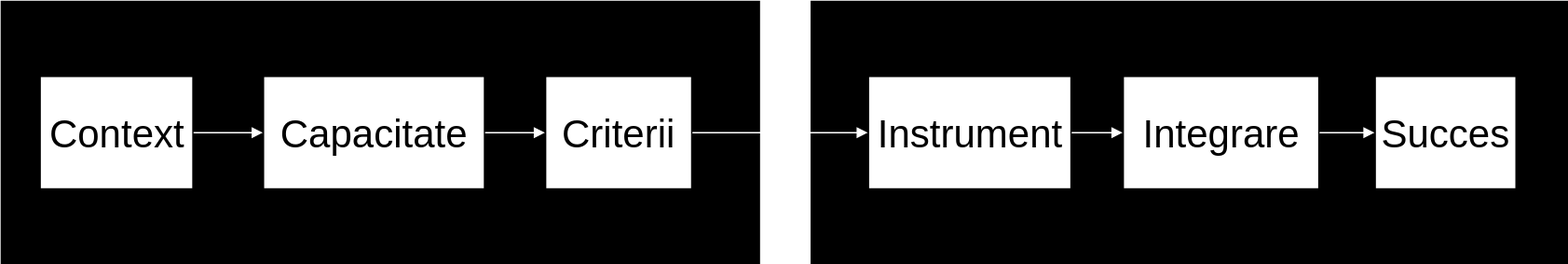
Before: assets/imagini/8_diagrame.svg, a diagram exported from draw.io (CozminaSecula/01-fundamente-si-riscuri). Source tidied: cells renumbered, new cells last; positions are measured from the earlier drawing's top-left corner, leaving out a move shared by most shapes.
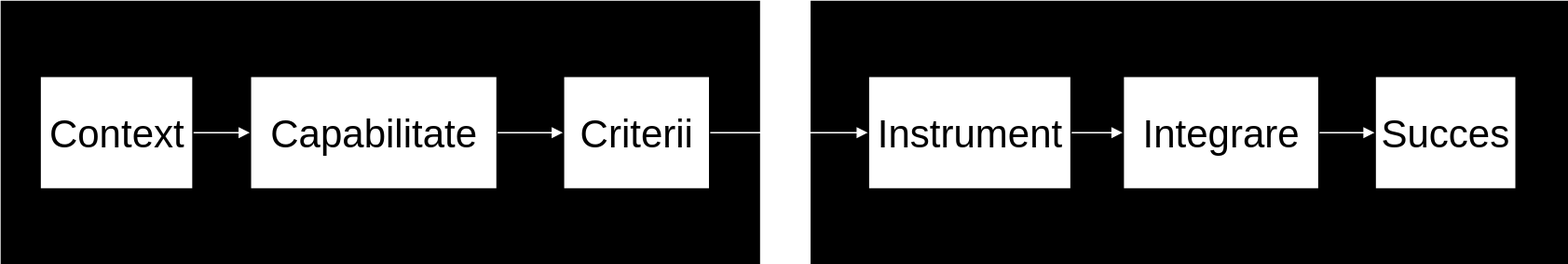
The same file after the commit.

Change to the diagram source:
```diff
@@ -14,11 +14,11 @@
     <mxCell id="5" value="Context" style="whiteSpace=wrap;strokeWidth=2;fontSize=30;" parent="2" vertex="1">
       <mxGeometry x="28.8" y="56.5" width="118.1" height="87.1" as="geometry" />
     </mxCell>
-    <mxCell id="6" value="Capacitate" style="whiteSpace=wrap;strokeWidth=2;fontSize=30;" parent="2" vertex="1">
-      <mxGeometry x="200" y="56.5" width="170.4" height="87.1" as="geometry" />
+    <mxCell id="6" value="Capabilitate" style="whiteSpace=wrap;strokeWidth=2;fontSize=30;" parent="2" vertex="1">
+      <mxGeometry x="190" y="56.5" width="190" height="87.1" as="geometry" />
     </mxCell>
     <mxCell id="7" value="Criterii" style="whiteSpace=wrap;strokeWidth=2;fontSize=30;" parent="2" vertex="1">
-      <mxGeometry x="416.3" y="56.5" width="113" height="87.1" as="geometry" />
+      <mxGeometry x="430" y="56.5" width="113" height="87.1" as="geometry" />
     </mxCell>
     <mxCell id="8" value="Instrument" style="whiteSpace=wrap;strokeWidth=2;fontSize=30;" parent="2" vertex="1">
       <mxGeometry x="663.8" y="56.5" width="156.2" height="87.1" as="geometry" />
```
